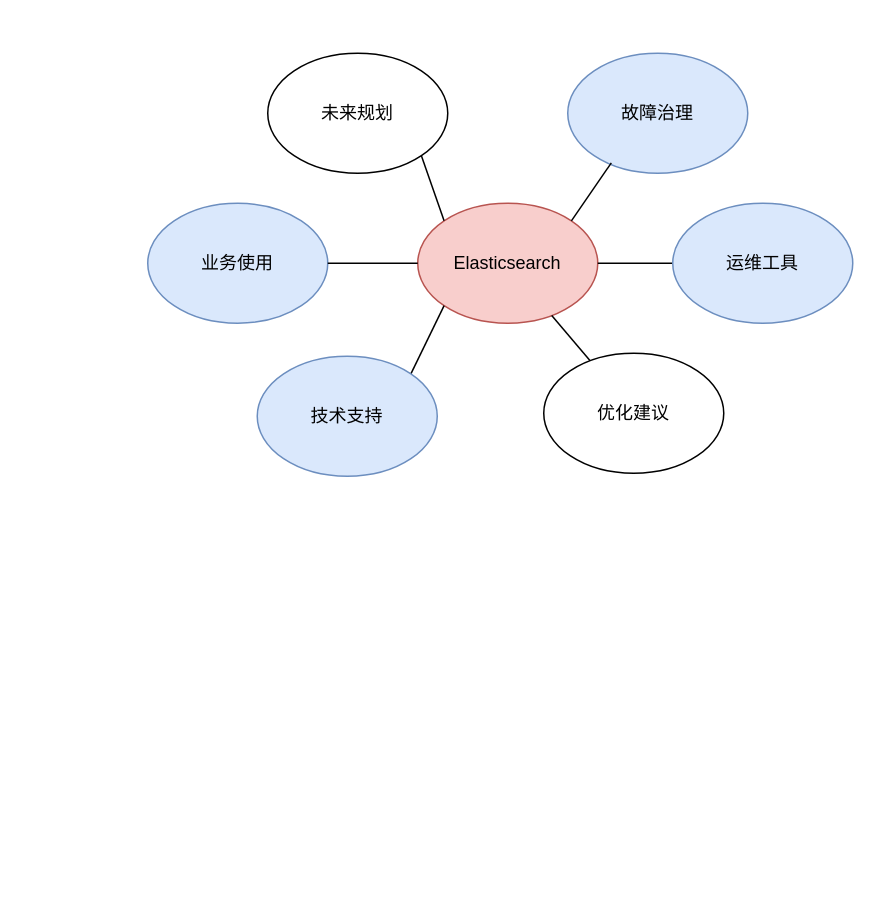
The draw.io diagram ES-blue.drawio in believezzd/diagrams, before the edit. Source tidied: cells renumbered, new cells numbered last; positions are measured from the earlier drawing's top-left corner, leaving out a move shared by most shapes. Both pictures are drawn from the tidied source at 150%, with x=0, y=0 at pixel (147, 52).
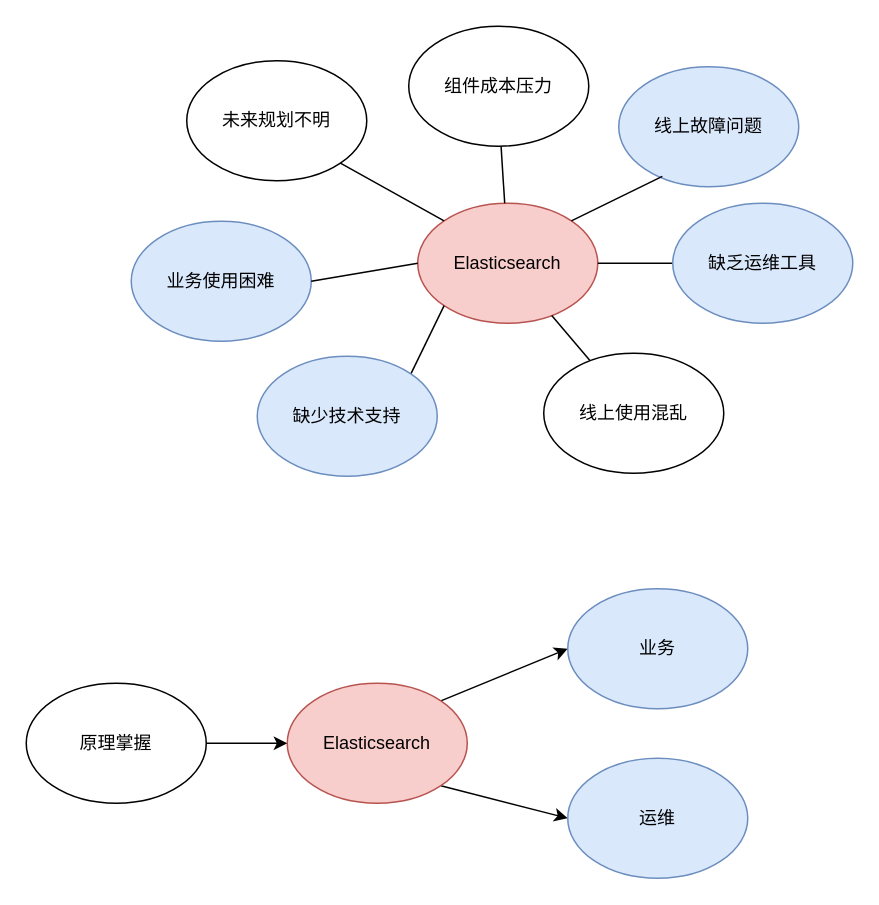
After the change.

The change refers to these unchanged cells:
```xml
<mxCell id="2" value="Elasticsearch" style="ellipse;whiteSpace=wrap;html=1;fillColor=#f8cecc;strokeColor=#b85450;" parent="1" vertex="1">
  <mxGeometry x="180" y="100" width="120" height="80" as="geometry" />
</mxCell>
```

The edit, as a diff of the source:
```diff
@@
-    <mxCell id="3" value="业务使用" style="ellipse;whiteSpace=wrap;html=1;fillColor=#dae8fc;strokeColor=#6c8ebf;" parent="1" vertex="1">
-      <mxGeometry y="100" width="120" height="80" as="geometry" />
+    <mxCell id="3" value="业务使用困难" style="ellipse;whiteSpace=wrap;html=1;fillColor=#dae8fc;strokeColor=#6c8ebf;" parent="1" vertex="1">
+      <mxGeometry x="-11" y="112" width="120" height="80" as="geometry" />
     </mxCell>
@@
-    <mxCell id="5" value="技术支持" style="ellipse;whiteSpace=wrap;html=1;fillColor=#dae8fc;strokeColor=#6c8ebf;" parent="1" vertex="1">
+    <mxCell id="5" value="缺少技术支持" style="ellipse;whiteSpace=wrap;html=1;fillColor=#dae8fc;strokeColor=#6c8ebf;" parent="1" vertex="1">
       <mxGeometry x="73" y="202" width="120" height="80" as="geometry" />
     </mxCell>
-    <mxCell id="6" value="故障治理" style="ellipse;whiteSpace=wrap;html=1;fillColor=#dae8fc;strokeColor=#6c8ebf;" parent="1" vertex="1">
-      <mxGeometry x="280" width="120" height="80" as="geometry" />
+    <mxCell id="6" value="线上故障问题" style="ellipse;whiteSpace=wrap;html=1;fillColor=#dae8fc;strokeColor=#6c8ebf;" parent="1" vertex="1">
+      <mxGeometry x="314" y="9" width="120" height="80" as="geometry" />
     </mxCell>
@@
-    <mxCell id="8" value="运维工具" style="ellipse;whiteSpace=wrap;html=1;fillColor=#dae8fc;strokeColor=#6c8ebf;" parent="1" vertex="1">
+    <mxCell id="8" value="缺乏运维工具" style="ellipse;whiteSpace=wrap;html=1;fillColor=#dae8fc;strokeColor=#6c8ebf;" parent="1" vertex="1">
       <mxGeometry x="350" y="100" width="120" height="80" as="geometry" />
     </mxCell>
-    <mxCell id="9" value="未来规划" style="ellipse;whiteSpace=wrap;html=1;" parent="1" vertex="1">
-      <mxGeometry x="80" width="120" height="80" as="geometry" />
+    <mxCell id="9" value="未来规划不明" style="ellipse;whiteSpace=wrap;html=1;" parent="1" vertex="1">
+      <mxGeometry x="26" y="5" width="120" height="80" as="geometry" />
     </mxCell>
@@
-    <mxCell id="11" value="优化建议" style="ellipse;whiteSpace=wrap;html=1;" parent="1" vertex="1">
+    <mxCell id="11" value="线上使用混乱" style="ellipse;whiteSpace=wrap;html=1;" parent="1" vertex="1">
       <mxGeometry x="264" y="200" width="120" height="80" as="geometry" />
     </mxCell>
@@
+    <mxCell id="15" style="rounded=0;jettySize=auto;html=1;exitX=1;exitY=0;exitDx=0;exitDy=0;entryX=0;entryY=0.5;entryDx=0;entryDy=0;" parent="1" edge="1" source="17" target="18">
+      <mxGeometry relative="1" as="geometry" />
+    </mxCell>
+    <mxCell id="16" style="rounded=0;jettySize=auto;html=1;exitX=1;exitY=1;exitDx=0;exitDy=0;entryX=0;entryY=0.5;entryDx=0;entryDy=0;endArrow=classic;endFill=1;" parent="1" edge="1" source="17" target="19">
+      <mxGeometry relative="1" as="geometry" />
+    </mxCell>
+    <mxCell id="17" value="Elasticsearch" style="ellipse;whiteSpace=wrap;html=1;fillColor=#f8cecc;strokeColor=#b85450;" parent="1" vertex="1">
+      <mxGeometry x="93" y="420" width="120" height="80" as="geometry" />
+    </mxCell>
+    <mxCell id="18" value="业务" style="ellipse;whiteSpace=wrap;html=1;fillColor=#dae8fc;strokeColor=#6c8ebf;" parent="1" vertex="1">
+      <mxGeometry x="280" y="357" width="120" height="80" as="geometry" />
+    </mxCell>
+    <mxCell id="19" value="运维" style="ellipse;whiteSpace=wrap;html=1;fillColor=#dae8fc;strokeColor=#6c8ebf;" parent="1" vertex="1">
+      <mxGeometry x="280" y="470" width="120" height="80" as="geometry" />
+    </mxCell>
+    <mxCell id="20" style="edgeStyle=orthogonalEdgeStyle;rounded=0;jettySize=auto;html=1;" parent="1" edge="1" source="21" target="17">
+      <mxGeometry relative="1" as="geometry" />
+    </mxCell>
+    <mxCell id="21" value="原理掌握" style="ellipse;whiteSpace=wrap;html=1;" parent="1" vertex="1">
+      <mxGeometry x="-81" y="420" width="120" height="80" as="geometry" />
+    </mxCell>
+    <mxCell id="22" style="rounded=0;jettySize=auto;html=1;endArrow=none;endFill=0;" parent="1" edge="1" source="23" target="2">
+      <mxGeometry relative="1" as="geometry" />
+    </mxCell>
+    <mxCell id="23" value="组件成本压力" style="ellipse;whiteSpace=wrap;html=1;" parent="1" vertex="1">
+      <mxGeometry x="174" y="-18" width="120" height="80" as="geometry" />
+    </mxCell>
```
